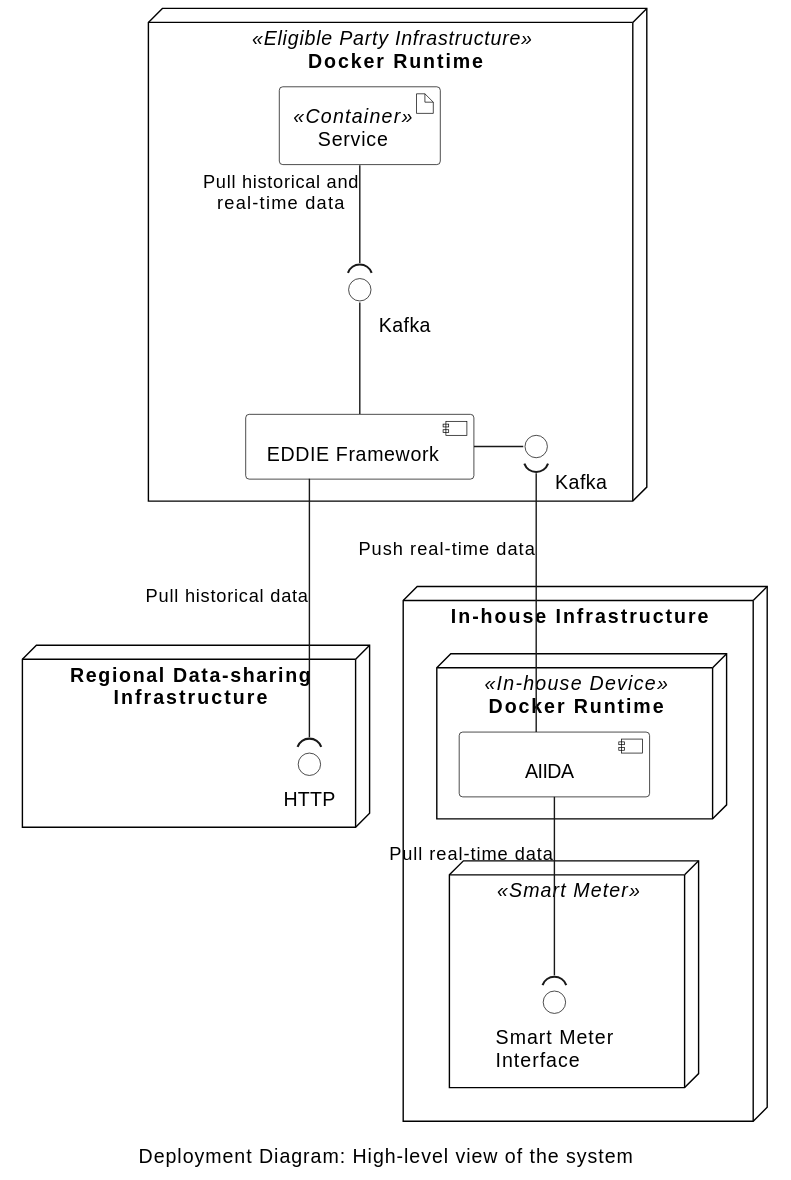
Before: arc42/03-context-and-scope/figures/deployment-diagram.svg, a diagram exported from PlantUML (eddie-energy/architecture).
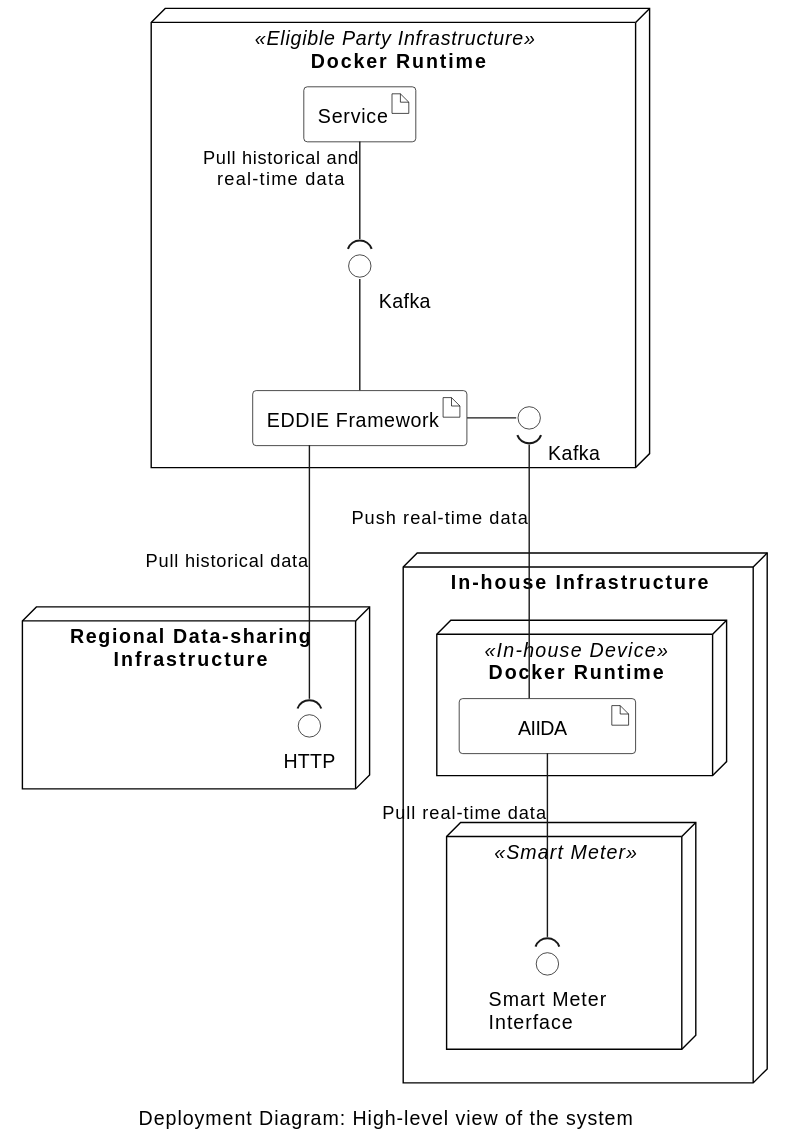
Above is the later version.

What changed in the source:
```diff
@@ -30,8 +30,8 @@
 }
 
 node "\t\tDocker Runtime\t\t" <<Eligible Party Infrastructure>> as epInfra{
-  component "EDDIE Framework" as eddie
-  artifact "Service" <<Container>> as service
+  artifact "EDDIE Framework" as eddie
+  artifact "Service" as service
   interface "\t\tKafka" as eddie1
   interface "\t\tKafka" as eddie2
 
@@ -41,7 +41,7 @@
 }
 node "In-house Infrastructure"  {
 node "Docker Runtime" <<In-house Device>> as house{
-  component "\tAIIDA\t" as aiida
+  artifact "\tAIIDA\t" as aiida
 }
 node " " <<Smart Meter>> as meter{
   interface "Smart Meter\nInterface" as p1
```
